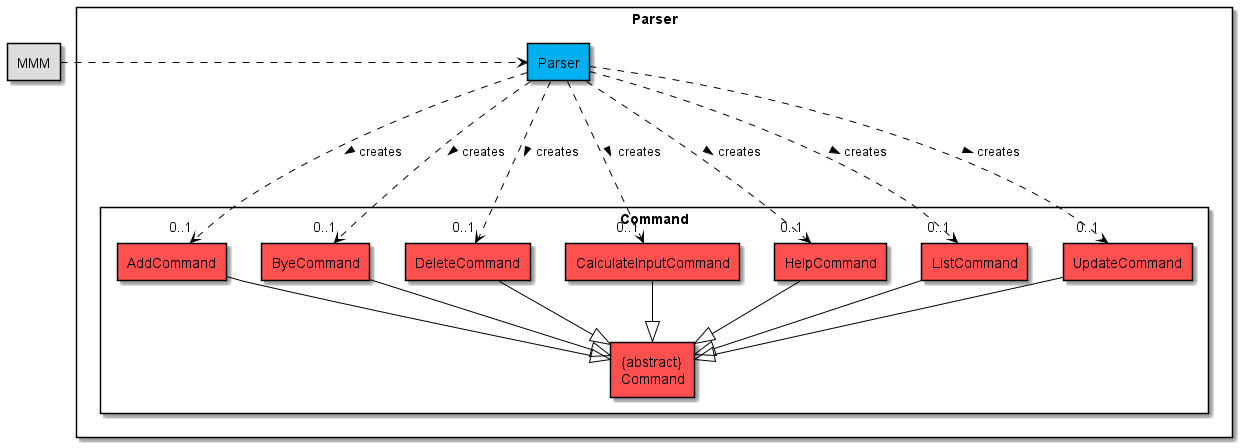
This is docs/images/CommandClassDiagram.png from nus-cs2113-AY2122S2/tp, a PlantUML export, as it was before one commit. The source it was exported from:
```plantuml
@startuml
!include Style.puml

skinparam componentStyle rectangle
skinparam packageStyle rectangle
skinparam ArrowColor black
skinparam groupInheritance 4

package Parser {
component Parser as parser PARSER_COLOUR

Package Command {
component "{abstract}\nCommand" as command COMMANDS_COLOUR
component "AddCommand" as addCommand COMMANDS_COLOUR
component "ByeCommand" as byeCommand COMMANDS_COLOUR
component "DeleteCommand" as deleteCommand COMMANDS_COLOUR
component "CalculateInputCommand" as calculateInputCommand COMMANDS_COLOUR
component "HelpCommand" as helpCommand COMMANDS_COLOUR
component "ListCommand" as listCommand COMMANDS_COLOUR
component "UpdateCommand" as updateCommand COMMANDS_COLOUR
}

}
component MMM MMM_COLOUR

MMM .r.> parser

parser ...> "\n0..1" addCommand: "creates >"
parser ...> "\n0..1" deleteCommand: "creates >"
parser ...> "\n0..1" byeCommand: "creates >"
parser ...> "\n0..1" calculateInputCommand: "creates >"
parser ...> "\n0..1" helpCommand: "creates >"
parser ...> "\n0..1" listCommand: "creates >"
parser ...> "\n0..1" updateCommand: "creates >"

addCommand -down-|> command
deleteCommand -down-|> command
byeCommand -down-|> command
calculateInputCommand -down-|> command
helpCommand -down-|> command
listCommand -down-|> command
updateCommand -down-|> command


@enduml
```
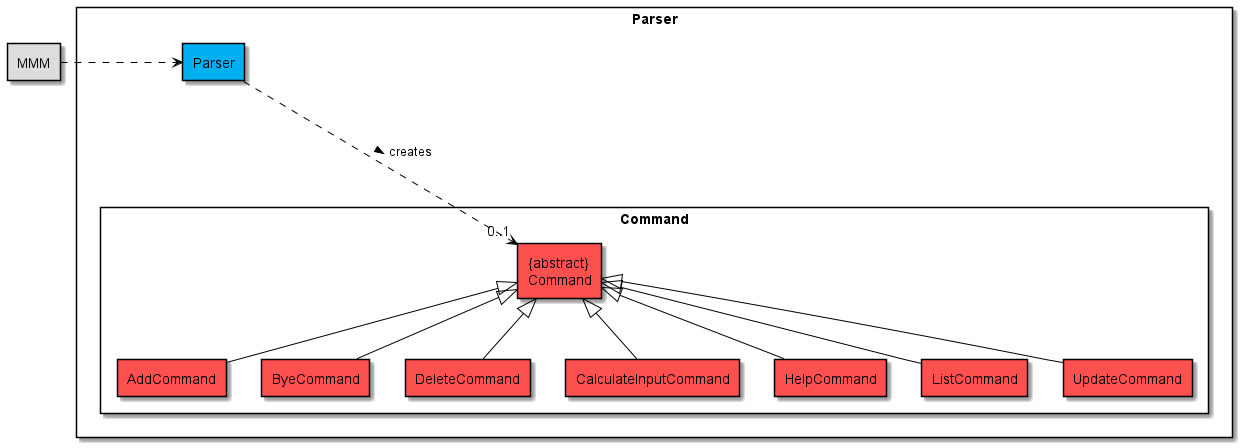
Later version of the same file.

What changed in the source:
```diff
@@ -4,12 +4,11 @@
 skinparam componentStyle rectangle
 skinparam packageStyle rectangle
 skinparam ArrowColor black
-skinparam groupInheritance 4
 
 package Parser {
 component Parser as parser PARSER_COLOUR
 
-Package Command {
+package Command {
 component "{abstract}\nCommand" as command COMMANDS_COLOUR
 component "AddCommand" as addCommand COMMANDS_COLOUR
 component "ByeCommand" as byeCommand COMMANDS_COLOUR
@@ -18,6 +17,7 @@
 component "HelpCommand" as helpCommand COMMANDS_COLOUR
 component "ListCommand" as listCommand COMMANDS_COLOUR
 component "UpdateCommand" as updateCommand COMMANDS_COLOUR
+
 }
 
 }
@@ -25,21 +25,14 @@
 
 MMM .r.> parser
 
-parser ...> "\n0..1" addCommand: "creates >"
-parser ...> "\n0..1" deleteCommand: "creates >"
-parser ...> "\n0..1" byeCommand: "creates >"
-parser ...> "\n0..1" calculateInputCommand: "creates >"
-parser ...> "\n0..1" helpCommand: "creates >"
-parser ...> "\n0..1" listCommand: "creates >"
-parser ...> "\n0..1" updateCommand: "creates >"
+parser ...> "\n0..1" command: "creates >"
 
-addCommand -down-|> command
-deleteCommand -down-|> command
-byeCommand -down-|> command
-calculateInputCommand -down-|> command
-helpCommand -down-|> command
-listCommand -down-|> command
-updateCommand -down-|> command
-
+command <|-- addCommand
+command <|-- byeCommand
+command <|-- deleteCommand
+command <|-- calculateInputCommand
+command <|-- helpCommand
+command <|-- listCommand
+command <|-- updateCommand
 
 @enduml
```
